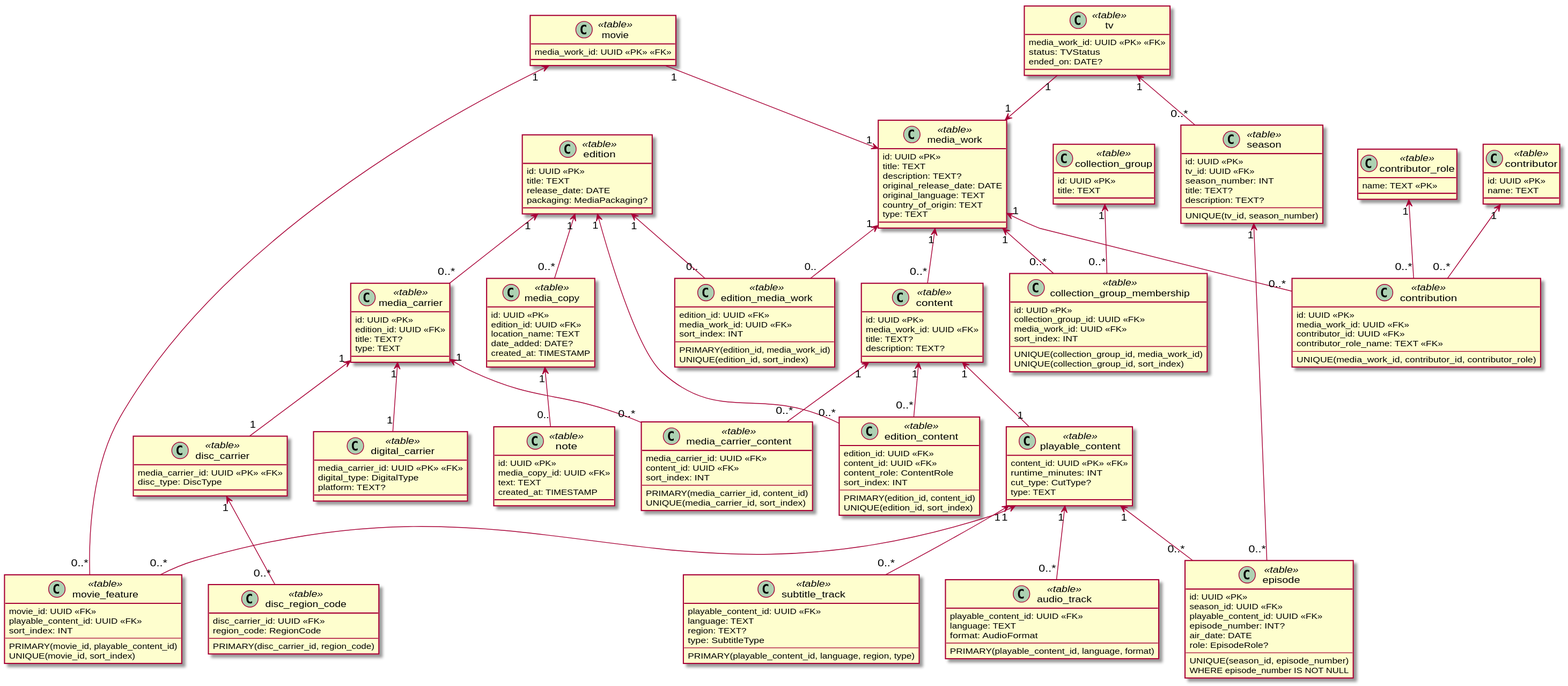
Before: docs/diagrams/data/main.data.svg, a diagram exported from PlantUML (yantue/colleq).
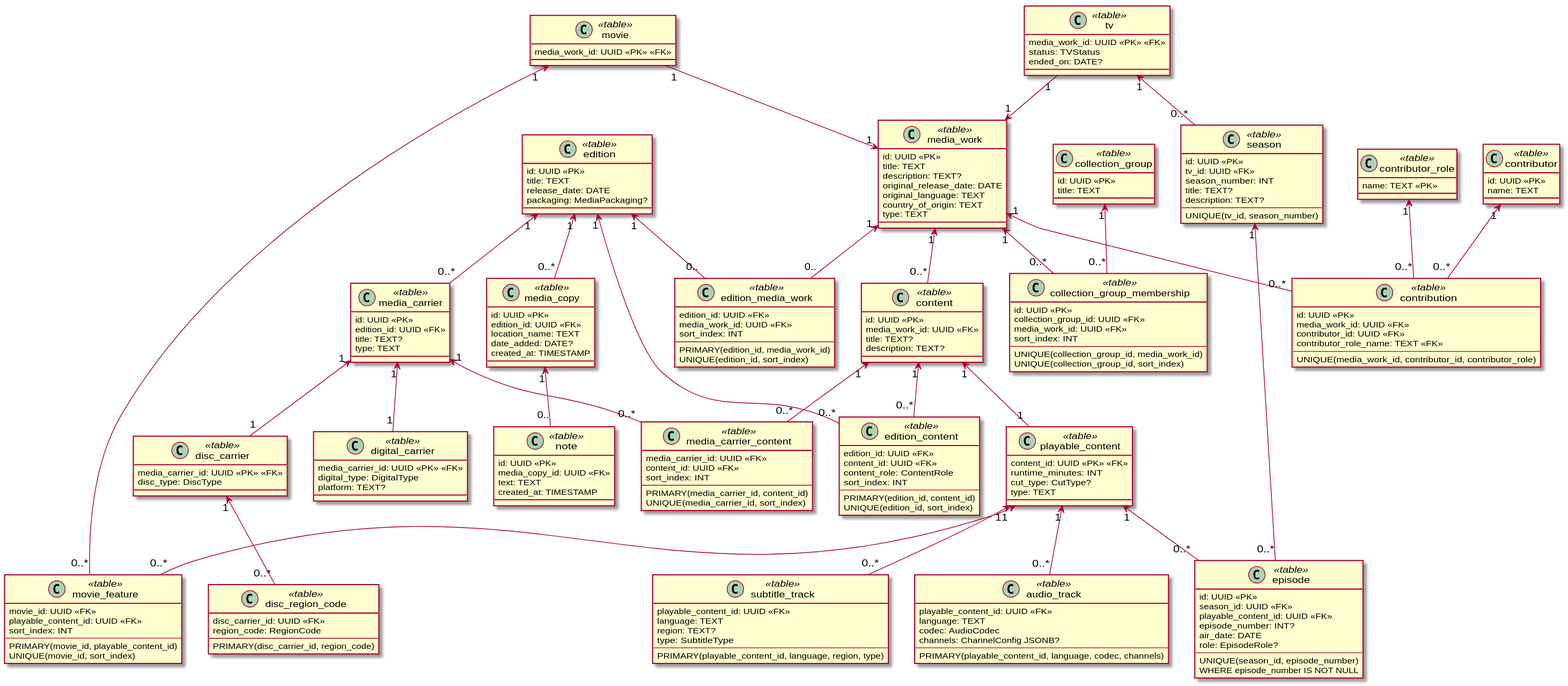
The same diagram one commit later.

What changed in the source:
```diff
@@ -181,12 +181,15 @@
 class audio_track <<table>> {
     playable_content_id: UUID <<FK>>
     language: TEXT
-    format: AudioFormat
+    codec: AudioCodec
+    channels: ChannelConfig JSONB?
     --
-    PRIMARY(playable_content_id, language, format)
+    PRIMARY(playable_content_id, language, codec, channels)
 }
 
 playable_content "1" <-- "0..*" audio_track
+
+
 
 class subtitle_track <<table>> {
     playable_content_id: UUID <<FK>>
```
